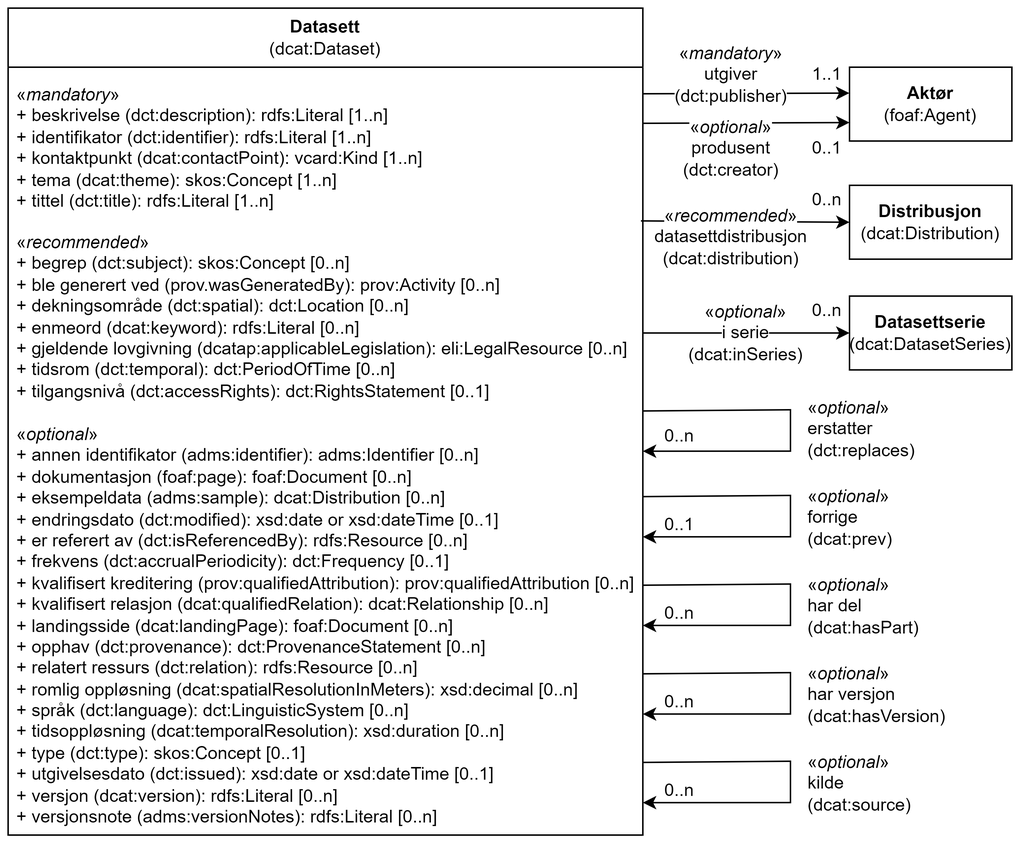
Earlier version of the draw.io export docs/images/Klassen-Datasett.png (Informasjonsforvaltning/dcat-ap-no). Source tidied: cells renumbered, new cells last; positions are measured from the earlier drawing's top-left corner, leaving out a move shared by most shapes.
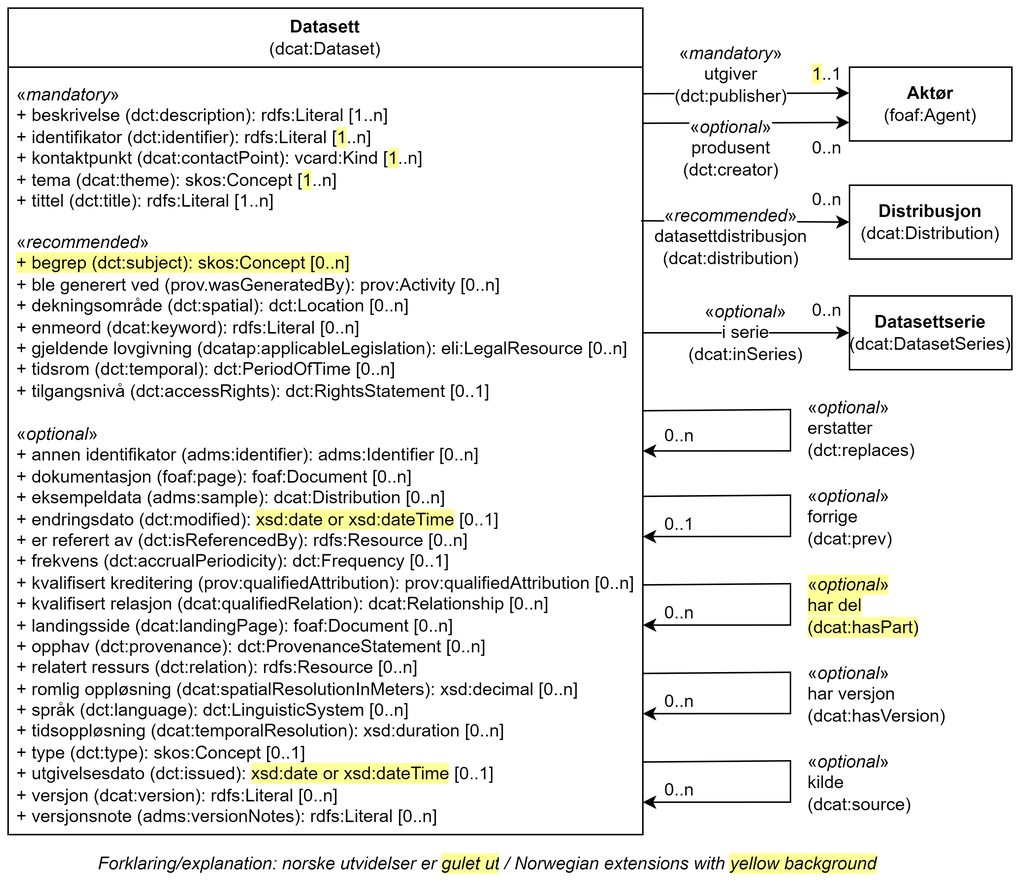
Above is the later version.

Commit message:
Oppdaterer norsk utvidelse, Datasett

Diff of the diagram source:
```diff
@@ -5,13 +5,13 @@
     <mxCell id="2" value="Datasett&lt;br&gt;&lt;span style=&quot;font-weight: normal;&quot;&gt;(dcat:Dataset)&lt;/span&gt;" style="swimlane;whiteSpace=wrap;html=1;startSize=40;" parent="1" vertex="1">
       <mxGeometry width="430" height="560" as="geometry" />
     </mxCell>
-    <mxCell id="3" value="«&lt;i&gt;mandatory&lt;/i&gt;»&lt;br&gt;+ beskrivelse (dct:description): rdfs:Literal [1..n]&lt;br&gt;+ identifikator (dct:identifier): rdfs:Literal [1..n]&lt;br&gt;+ kontaktpunkt (dcat:contactPoint): vcard:Kind [1..n]&lt;br&gt;+ tema (dcat:theme): skos:Concept [1..n]&lt;br&gt;+ tittel (dct:title): rdfs:Literal [1..n]" style="text;strokeColor=none;fillColor=none;align=left;verticalAlign=top;spacingLeft=4;spacingRight=4;overflow=hidden;whiteSpace=wrap;html=1;" parent="2" vertex="1">
+    <mxCell id="3" value="«&lt;i&gt;mandatory&lt;/i&gt;»&lt;br&gt;+ beskrivelse (dct:description): rdfs:Literal [1..n]&lt;br&gt;+ identifikator (dct:identifier): rdfs:Literal [&lt;span style=&quot;background-color: rgb(255, 255, 153);&quot;&gt;1&lt;/span&gt;..n]&lt;br&gt;+ kontaktpunkt (dcat:contactPoint): vcard:Kind [&lt;span style=&quot;background-color: rgb(255, 255, 153);&quot;&gt;1&lt;/span&gt;..n]&lt;br&gt;+ tema (dcat:theme): skos:Concept [&lt;span style=&quot;background-color: rgb(255, 255, 153);&quot;&gt;1&lt;/span&gt;..n]&lt;br&gt;+ tittel (dct:title): rdfs:Literal [1..n]" style="text;strokeColor=none;fillColor=none;align=left;verticalAlign=top;spacingLeft=4;spacingRight=4;overflow=hidden;whiteSpace=wrap;html=1;" parent="2" vertex="1">
       <mxGeometry y="45" width="300" height="100" as="geometry" />
     </mxCell>
-    <mxCell id="4" value="«&lt;i&gt;recommended&lt;/i&gt;»&lt;br&gt;+ begrep (dct:subject): skos:Concept [0..n]&lt;br&gt;+ ble generert ved (prov.wasGeneratedBy): prov:Activity [0..n]&lt;br&gt;+ dekningsområde (dct:spatial): dct:Location [0..n]&lt;br&gt;+ enmeord (dcat:keyword): rdfs:Literal [0..n]&lt;br&gt;+ gjeldende lovgivning (dcatap:applicableLegislation): eli:LegalResource [0..n]&lt;br&gt;+ tidsrom (dct:temporal): dct:PeriodOfTime [0..n]&lt;br&gt;+&amp;nbsp;tilgangsnivå (dct:accessRights):&amp;nbsp;dct:RightsStatement [0..1]" style="text;strokeColor=none;fillColor=none;align=left;verticalAlign=top;spacingLeft=4;spacingRight=4;overflow=hidden;points=[[0,0.5],[1,0.5]];portConstraint=eastwest;whiteSpace=wrap;html=1;" parent="2" vertex="1">
+    <mxCell id="4" value="«&lt;i&gt;recommended&lt;/i&gt;»&lt;br&gt;&lt;span style=&quot;background-color: rgb(255, 255, 153);&quot;&gt;+ begrep (dct:subject): skos:Concept [0..n]&lt;/span&gt;&lt;br&gt;+ ble generert ved (prov.wasGeneratedBy): prov:Activity [0..n]&lt;br&gt;+ dekningsområde (dct:spatial): dct:Location [0..n]&lt;br&gt;+ enmeord (dcat:keyword): rdfs:Literal [0..n]&lt;br&gt;+ gjeldende lovgivning (dcatap:applicableLegislation): eli:LegalResource [0..n]&lt;br&gt;+ tidsrom (dct:temporal): dct:PeriodOfTime [0..n]&lt;br&gt;+&amp;nbsp;tilgangsnivå (dct:accessRights):&amp;nbsp;dct:RightsStatement [0..1]" style="text;strokeColor=none;fillColor=none;align=left;verticalAlign=top;spacingLeft=4;spacingRight=4;overflow=hidden;points=[[0,0.5],[1,0.5]];portConstraint=eastwest;whiteSpace=wrap;html=1;" parent="2" vertex="1">
       <mxGeometry y="145" width="430" height="130" as="geometry" />
     </mxCell>
-    <mxCell id="5" value="«&lt;i&gt;optional&lt;/i&gt;»&lt;br&gt;+ annen identifikator (adms:identifier): adms:Identifier [0..n]&lt;br&gt;+ dokumentasjon (foaf:page): foaf:Document [0..n]&lt;br&gt;+ eksempeldata (adms:sample): dcat:Distribution [0..n]&lt;br&gt;+ endringsdato (dct:modified): xsd:date or xsd:dateTime [0..1]&lt;br&gt;+ er referert av (dct:isReferencedBy): rdfs:Resource [0..n]&lt;br&gt;+ frekvens (dct:accrualPeriodicity): dct:Frequency [0..1]&lt;br&gt;+ kvalifisert kreditering (prov:qualifiedAttribution): prov:qualifiedAttribution [0..n]&lt;br&gt;+ kvalifisert relasjon (dcat:qualifiedRelation): dcat:Relationship [0..n]&lt;br&gt;+ landingsside (dcat:landingPage): foaf:Document [0..n]&lt;br&gt;+ opphav (dct:provenance): dct:ProvenanceStatement [0..n]&lt;br&gt;+ relatert ressurs (dct:relation): rdfs:Resource [0..n]&lt;br&gt;+ romlig oppløsning (dcat:spatialResolutionInMeters): xsd:decimal [0..n]&lt;br&gt;+ språk (dct:language): dct:LinguisticSystem [0..n]&lt;br&gt;+ tidsoppløsning (dcat:temporalResolution): xsd:duration [0..n]&lt;br&gt;+ type (dct:type): skos:Concept [0..1]&lt;br&gt;+ utgivelsesdato (dct:issued): xsd:date or xsd:dateTime [0..1]&lt;br&gt;+ versjon (dcat:version): rdfs:Literal [0..n]&lt;br&gt;+ versjonsnote (adms:versionNotes): rdfs:Literal [0..n]&lt;br&gt;" style="text;strokeColor=none;fillColor=none;align=left;verticalAlign=top;spacingLeft=4;spacingRight=4;overflow=hidden;whiteSpace=wrap;html=1;" parent="2" vertex="1">
+    <mxCell id="5" value="«&lt;i&gt;optional&lt;/i&gt;»&lt;br&gt;+ annen identifikator (adms:identifier): adms:Identifier [0..n]&lt;br&gt;+ dokumentasjon (foaf:page): foaf:Document [0..n]&lt;br&gt;+ eksempeldata (adms:sample): dcat:Distribution [0..n]&lt;br&gt;+ endringsdato (dct:modified): &lt;span style=&quot;background-color: rgb(255, 255, 153);&quot;&gt;xsd:date or xsd:dateTime&lt;/span&gt; [0..1]&lt;br&gt;+ er referert av (dct:isReferencedBy): rdfs:Resource [0..n]&lt;br&gt;+ frekvens (dct:accrualPeriodicity): dct:Frequency [0..1]&lt;br&gt;+ kvalifisert kreditering (prov:qualifiedAttribution): prov:qualifiedAttribution [0..n]&lt;br&gt;+ kvalifisert relasjon (dcat:qualifiedRelation): dcat:Relationship [0..n]&lt;br&gt;+ landingsside (dcat:landingPage): foaf:Document [0..n]&lt;br&gt;+ opphav (dct:provenance): dct:ProvenanceStatement [0..n]&lt;br&gt;+ relatert ressurs (dct:relation): rdfs:Resource [0..n]&lt;br&gt;+ romlig oppløsning (dcat:spatialResolutionInMeters): xsd:decimal [0..n]&lt;br&gt;+ språk (dct:language): dct:LinguisticSystem [0..n]&lt;br&gt;+ tidsoppløsning (dcat:temporalResolution): xsd:duration [0..n]&lt;br&gt;+ type (dct:type): skos:Concept [0..1]&lt;br&gt;+ utgivelsesdato (dct:issued): &lt;span style=&quot;background-color: rgb(255, 255, 153);&quot;&gt;xsd:date or xsd:dateTime&lt;/span&gt; [0..1]&lt;br&gt;+ versjon (dcat:version): rdfs:Literal [0..n]&lt;br&gt;+ versjonsnote (adms:versionNotes): rdfs:Literal [0..n]" style="text;strokeColor=none;fillColor=none;align=left;verticalAlign=top;spacingLeft=4;spacingRight=4;overflow=hidden;whiteSpace=wrap;html=1;" parent="2" vertex="1">
       <mxGeometry y="275" width="430" height="290" as="geometry" />
     </mxCell>
     <mxCell id="6" style="endArrow=classic;html=1;rounded=0;exitX=1.001;exitY=0.32;exitDx=0;exitDy=0;exitPerimeter=0;entryX=1;entryY=0.414;entryDx=0;entryDy=0;entryPerimeter=0;" parent="2" edge="1">
@@ -36,7 +36,7 @@
     <mxCell id="10" value="&lt;span style=&quot;background-color: rgb(255, 255, 255);&quot;&gt;«&lt;i style=&quot;border-color: var(--border-color);&quot;&gt;optional&lt;/i&gt;&lt;span style=&quot;&quot;&gt;»&lt;br&gt;&lt;/span&gt;forrige&lt;br&gt;(dcat:prev)&lt;/span&gt;" style="text;html=1;strokeColor=none;fillColor=none;align=left;verticalAlign=middle;whiteSpace=wrap;rounded=0;" parent="1" vertex="1">
       <mxGeometry x="540" y="330" width="60" height="30" as="geometry" />
     </mxCell>
-    <mxCell id="11" value="&lt;span style=&quot;background-color: rgb(255, 255, 255);&quot;&gt;«&lt;i style=&quot;border-color: var(--border-color);&quot;&gt;optional&lt;/i&gt;&lt;span style=&quot;&quot;&gt;»&lt;br&gt;&lt;/span&gt;har del&lt;br&gt;(dcat:hasPart)&lt;/span&gt;" style="text;html=1;strokeColor=none;fillColor=none;align=left;verticalAlign=middle;whiteSpace=wrap;rounded=0;" parent="1" vertex="1">
+    <mxCell id="11" value="&lt;span style=&quot;background-color: rgb(255, 255, 153);&quot;&gt;«&lt;i style=&quot;border-color: var(--border-color);&quot;&gt;optional&lt;/i&gt;»&lt;br&gt;har del&lt;br&gt;(dcat:hasPart)&lt;/span&gt;" style="text;html=1;strokeColor=none;fillColor=none;align=left;verticalAlign=middle;whiteSpace=wrap;rounded=0;" parent="1" vertex="1">
       <mxGeometry x="540" y="390" width="60" height="30" as="geometry" />
     </mxCell>
     <mxCell id="12" value="&lt;span style=&quot;background-color: rgb(255, 255, 255);&quot;&gt;«&lt;i style=&quot;border-color: var(--border-color);&quot;&gt;optional&lt;/i&gt;&lt;span style=&quot;&quot;&gt;»&lt;br&gt;&lt;/span&gt;har versjon&lt;br&gt;(dcat:hasVersion)&lt;/span&gt;" style="text;html=1;strokeColor=none;fillColor=none;align=left;verticalAlign=middle;whiteSpace=wrap;rounded=0;" parent="1" vertex="1">
@@ -64,10 +64,10 @@
     <mxCell id="18" value="&lt;span style=&quot;background-color: rgb(255, 255, 255);&quot;&gt;«&lt;i style=&quot;border-color: var(--border-color); text-align: left;&quot;&gt;optional&lt;/i&gt;&lt;span style=&quot;text-align: left;&quot;&gt;»&lt;br&gt;&lt;/span&gt;produsent&lt;br&gt;(dct:creator)&lt;/span&gt;" style="text;html=1;strokeColor=none;fillColor=none;align=center;verticalAlign=middle;whiteSpace=wrap;rounded=0;" parent="1" vertex="1">
       <mxGeometry x="460" y="80" width="60" height="30" as="geometry" />
     </mxCell>
-    <mxCell id="19" value="1..1" style="text;html=1;strokeColor=none;fillColor=none;align=center;verticalAlign=middle;whiteSpace=wrap;rounded=0;" parent="1" vertex="1">
+    <mxCell id="19" value="&lt;span style=&quot;background-color: rgb(255, 255, 153);&quot;&gt;1&lt;/span&gt;..1" style="text;html=1;strokeColor=none;fillColor=none;align=center;verticalAlign=middle;whiteSpace=wrap;rounded=0;" parent="1" vertex="1">
       <mxGeometry x="540" y="35" width="30" height="20" as="geometry" />
     </mxCell>
-    <mxCell id="20" value="0..1" style="text;html=1;strokeColor=none;fillColor=none;align=center;verticalAlign=middle;whiteSpace=wrap;rounded=0;" parent="1" vertex="1">
+    <mxCell id="20" value="&lt;span style=&quot;background-color: rgb(255, 255, 255);&quot;&gt;0..&lt;/span&gt;n" style="text;html=1;strokeColor=none;fillColor=none;align=center;verticalAlign=middle;whiteSpace=wrap;rounded=0;" parent="1" vertex="1">
       <mxGeometry x="540" y="85" width="30" height="20" as="geometry" />
     </mxCell>
     <mxCell id="21" style="endArrow=classic;html=1;rounded=0;entryX=0;entryY=0.5;entryDx=0;entryDy=0;exitX=0.997;exitY=-0.007;exitDx=0;exitDy=0;exitPerimeter=0;" parent="1" edge="1" source="4" target="8">
@@ -145,5 +145,8 @@
     <mxCell id="35" value="0..1" style="text;html=1;strokeColor=none;fillColor=none;align=center;verticalAlign=middle;whiteSpace=wrap;rounded=0;" parent="1" vertex="1">
       <mxGeometry x="440" y="340" width="30" height="20" as="geometry" />
     </mxCell>
+    <mxCell id="36" value="Forklaring/explanation: norske utvidelser er&amp;nbsp;&lt;span style=&quot;background-color: rgb(255, 255, 153);&quot;&gt;gulet ut&lt;/span&gt;&lt;span style=&quot;background-color: rgb(255 , 255 , 255)&quot;&gt;&amp;nbsp;/&amp;nbsp;Norwegian extensions with &lt;/span&gt;&lt;span style=&quot;background-color: rgb(255, 255, 153);&quot;&gt;yellow background&lt;/span&gt;" style="text;html=1;strokeColor=none;fillColor=none;align=center;verticalAlign=middle;whiteSpace=wrap;rounded=0;fontStyle=2;" parent="1" vertex="1">
+      <mxGeometry y="570" width="650" height="20" as="geometry" />
+    </mxCell>
   </root>
 </mxGraphModel>
```
